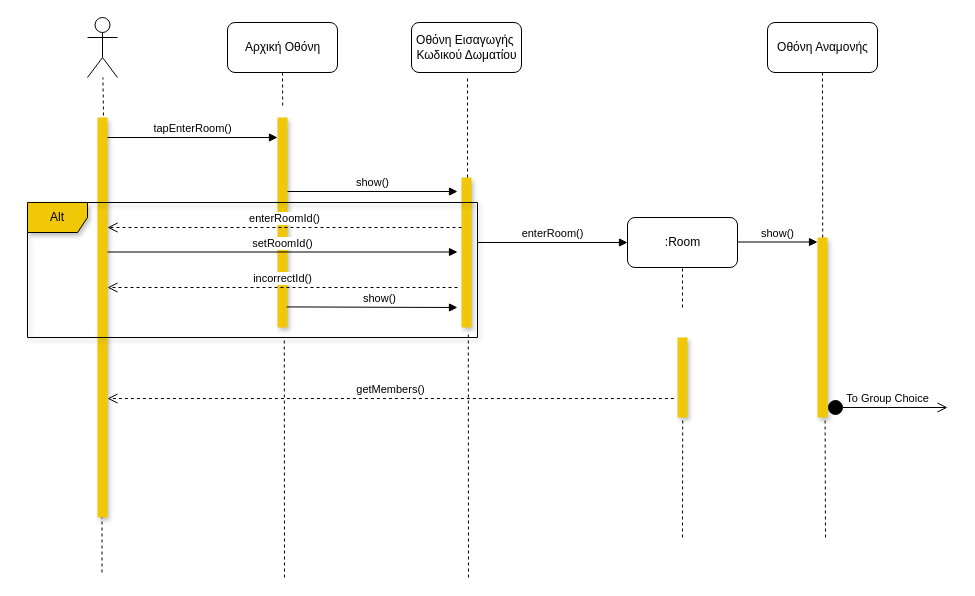
Before: docs/contributions/Kout-ou/Phase 4/enter_room.drawio in iloudaros/nomnomr, a draw.io diagram. Source tidied: cells renumbered, new cells numbered last; positions are measured from the earlier drawing's top-left corner, leaving out a move shared by most shapes. Both pictures are drawn from the tidied source at 100%, with x=0, y=0 at pixel (27, 17).
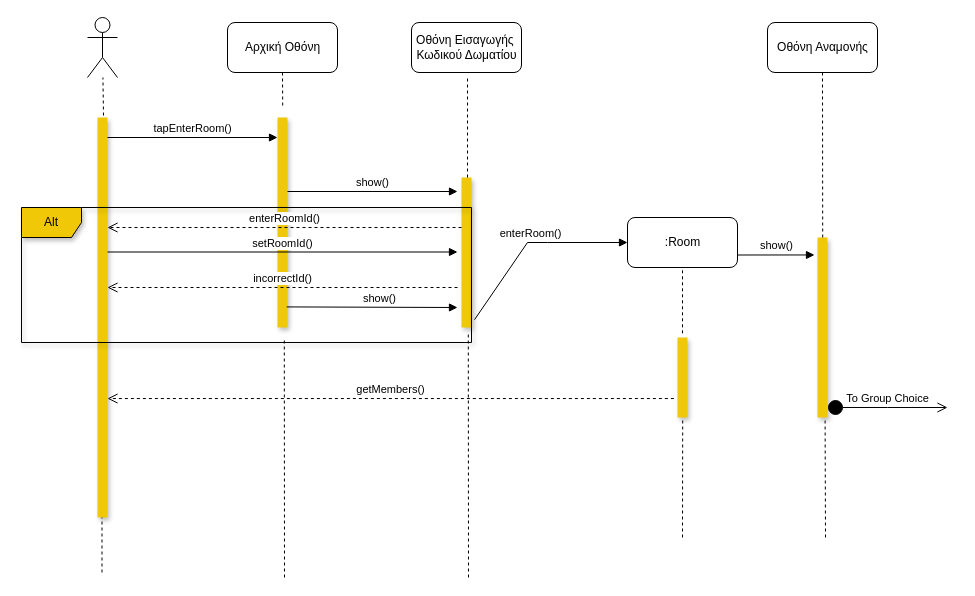
The same diagram, later.

Commit message:
Update to Enter Room Sequence Diagram

Unchanged cells that the change refers to:
```xml
<mxCell id="9" style="html=1;points=[];perimeter=orthogonalPerimeter;rounded=0;shadow=1;glass=0;sketch=0;fillColor=#F0C808;strokeColor=none;" parent="1" vertex="1">
  <mxGeometry x="434" y="160" width="10" height="150" as="geometry" />
</mxCell>
<mxCell id="11" value=":Room" style="html=1;rounded=1;shadow=0;glass=0;sketch=0;fillColor=#FFFFFF;" parent="1" vertex="1">
  <mxGeometry x="600" y="200" width="110" height="50" as="geometry" />
</mxCell>
<mxCell id="21" style="html=1;points=[];perimeter=orthogonalPerimeter;rounded=0;shadow=1;glass=0;sketch=0;fillColor=#F0C808;strokeColor=none;" parent="1" vertex="1">
  <mxGeometry x="790" y="220" width="10" height="180" as="geometry" />
</mxCell>
<mxCell id="25" style="html=1;points=[];perimeter=orthogonalPerimeter;rounded=0;shadow=1;glass=0;sketch=0;fillColor=#F0C808;strokeColor=none;" parent="1" vertex="1">
  <mxGeometry x="650" y="320" width="10" height="80" as="geometry" />
</mxCell>
```

Diff of the diagram source:
```diff
@@
-    <mxCell id="20" value="enterRoom()" style="html=1;verticalAlign=bottom;endArrow=block;rounded=0;entryX=0;entryY=0.5;entryDx=0;entryDy=0;" parent="1" edge="1" target="11">
+    <mxCell id="20" value="enterRoom()" style="html=1;verticalAlign=bottom;endArrow=block;rounded=0;exitX=1.3;exitY=0.948;exitDx=0;exitDy=0;exitPerimeter=0;" parent="1" edge="1" source="9">
       <mxGeometry relative="1" as="geometry">
-        <mxPoint x="450" y="225" as="sourcePoint" />
+        <mxPoint x="600" y="225" as="targetPoint" />
+        <Array as="points">
+          <mxPoint x="500" y="225" />
+          <mxPoint x="520" y="225" />
+        </Array>
       </mxGeometry>
     </mxCell>
@@
-    <mxCell id="23" value="show()" style="html=1;verticalAlign=bottom;endArrow=block;rounded=0;" parent="1" edge="1">
-      <mxGeometry relative="1" as="geometry">
-        <mxPoint x="710" y="224.5" as="sourcePoint" />
-        <mxPoint x="790" y="224.5" as="targetPoint" />
-      </mxGeometry>
+    <mxCell id="23" value="show()" style="html=1;verticalAlign=bottom;endArrow=block;rounded=0;exitX=1;exitY=0.75;exitDx=0;exitDy=0;entryX=-0.3;entryY=0.097;entryDx=0;entryDy=0;entryPerimeter=0;" parent="1" edge="1" source="11" target="21">
+      <mxGeometry relative="1" as="geometry" />
     </mxCell>
@@
-    <mxCell id="26" style="endArrow=none;dashed=1;html=1;rounded=0;entryX=0.5;entryY=1;entryDx=0;entryDy=0;" parent="1" edge="1" target="11">
-      <mxGeometry relative="1" as="geometry">
-        <mxPoint x="655" y="290" as="sourcePoint" />
-      </mxGeometry>
+    <mxCell id="26" style="endArrow=none;dashed=1;html=1;rounded=0;entryX=0.5;entryY=1;entryDx=0;entryDy=0;exitX=0.5;exitY=-0.052;exitDx=0;exitDy=0;exitPerimeter=0;" parent="1" edge="1" source="25" target="11">
+      <mxGeometry relative="1" as="geometry" />
     </mxCell>
@@
     <mxCell id="30" value="Alt" style="shape=umlFrame;whiteSpace=wrap;html=1;rounded=0;shadow=1;glass=0;sketch=0;fillColor=#F0C808;" parent="1" vertex="1">
-      <mxGeometry y="185" width="450" height="135" as="geometry" />
+      <mxGeometry x="-6" y="190" width="450" height="135" as="geometry" />
     </mxCell>
```
